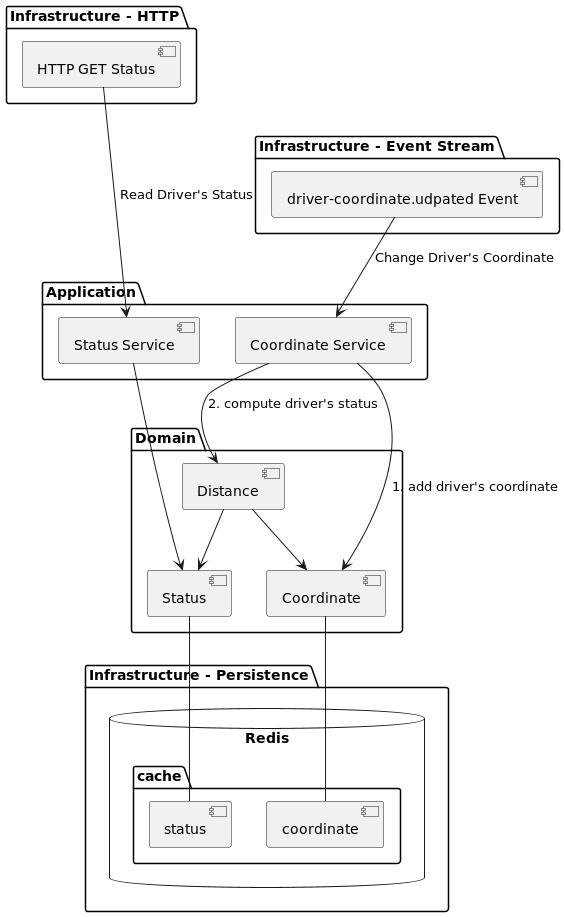
Before: docs/gt-app-components.png, a diagram exported from PlantUML (TestardR/geo-tracking).
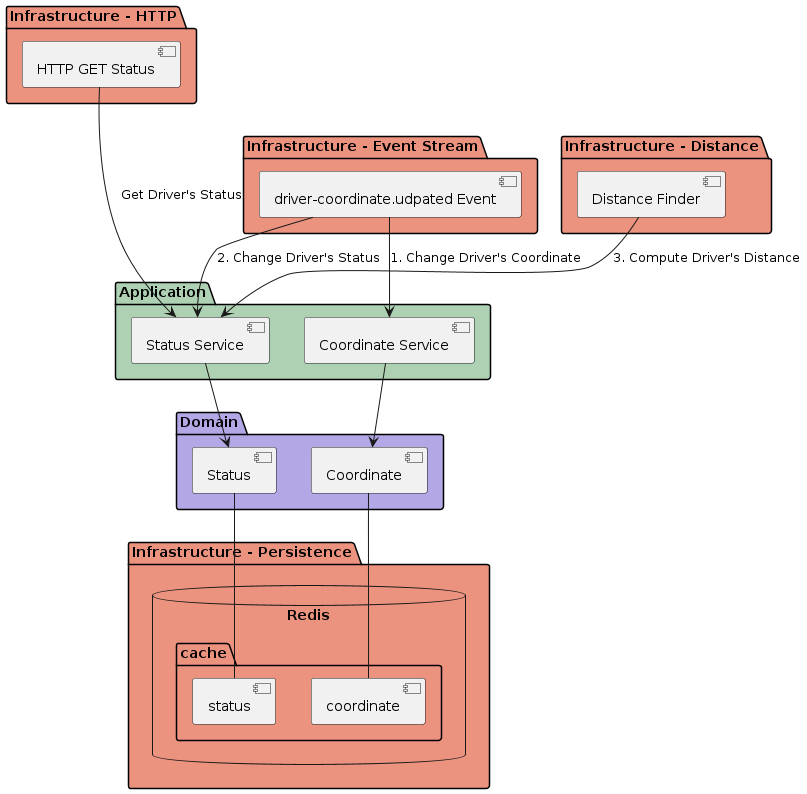
Later version of the same file.

Commit message:
refactor(c4-component): update diagram

Change to the diagram source:
```diff
@@ -1,32 +1,34 @@
 @startuml
 
-package "Infrastructure - HTTP" {
+package "Infrastructure - HTTP" #EB937F {
    [HTTP GET Status] as http_get_status
 }
 
-package "Infrastructure - Event Stream" {
+package "Infrastructure - Event Stream" #EB937F {
    [driver-coordinate.udpated Event] as event_driver_coordinate
 }
 
-package "Application" {
-    http_get_status ---> [Status Service] : Read Driver's Status
-    event_driver_coordinate --> [Coordinate Service]: Change Driver's Coordinate
+package "Infrastructure - Distance" #EB937F {
+    [Distance Finder] as distance_finder
 }
 
-package "Domain" {
+package "Application" #ADD1B2 {
+    http_get_status ---> [Status Service]: Get Driver's Status
+    event_driver_coordinate --> [Coordinate Service]: 1. Change Driver's Coordinate
+    event_driver_coordinate --> [Status Service]: 2. Change Driver's Status
+    distance_finder --> [Status Service]: 3. Compute Driver's Distance
+}
+
+package "Domain" #B4A7E5 {
     [Coordinate]
     [Status]
-    [Distance]
 
     [Status Service] --> [Status]
-    [Coordinate Service] --> [Coordinate]: 1. add driver's coordinate
-    [Coordinate Service] --> [Distance]: 2. compute driver's status
 
-    [Distance] --> [Status]
-    [Distance] --> [Coordinate]
+    [Coordinate Service] --> [Coordinate]
 }
 
-package "Infrastructure - Persistence" {
+package "Infrastructure - Persistence" #EB937F {
      database "Redis" {
           folder "cache" {
             [status]
@@ -35,7 +37,6 @@
 }
 
 [Status] -- [status]
-
 [Coordinate] -- [coordinate]
 
 @enduml
```
